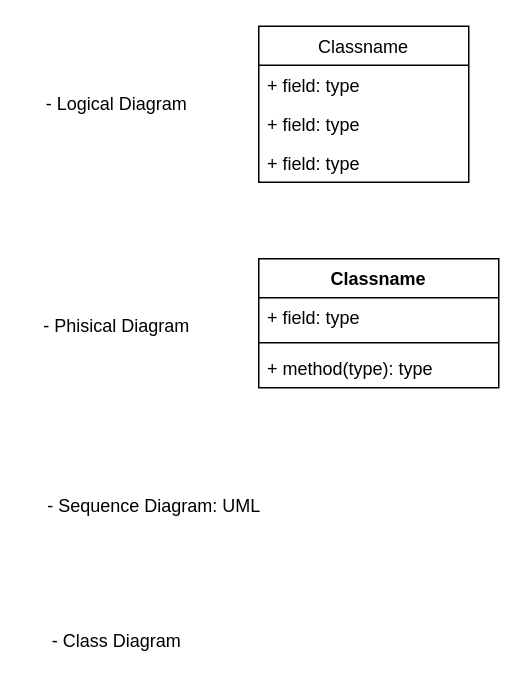
Earlier version of the draw.io diagram page "Data Flowchart" (3 of 3) of PetCare-design-Phuong-PC.drawio (duyphuong403/PetCare). Source tidied: cells renumbered, new cells numbered last; positions are measured from the earlier drawing's top-left corner, leaving out a move shared by most shapes. Both pictures are drawn from the tidied source at 150%, with x=0, y=0 at pixel (33, 26).
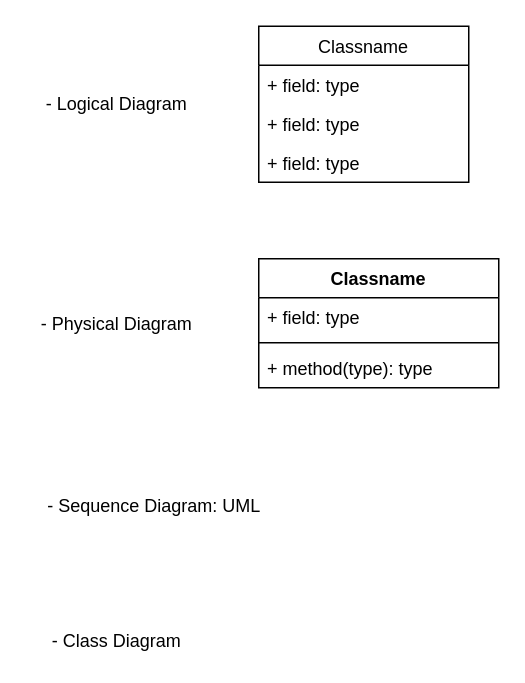
The same diagram, later.

Change to the diagram source:
```diff
@@
 <mxGraphModel>
   <root>
     <mxCell id="0" />
     <mxCell id="1" parent="0" />
     <mxCell id="2" value="Classname" style="swimlane;fontStyle=0;horizontal=1;startSize=26;fillColor=none;" parent="1" vertex="1">
       <mxGeometry x="150" width="140" height="104" as="geometry" />
     </mxCell>
     <mxCell id="3" value="+ field: type" style="text;strokeColor=none;fillColor=none;align=left;verticalAlign=top;spacingLeft=4;spacingRight=4;overflow=hidden;" parent="2" vertex="1">
       <mxGeometry y="26" width="140" height="26" as="geometry" />
     </mxCell>
     <mxCell id="4" value="+ field: type" style="text;strokeColor=none;fillColor=none;align=left;verticalAlign=top;spacingLeft=4;spacingRight=4;overflow=hidden;" parent="2" vertex="1">
       <mxGeometry y="52" width="140" height="26" as="geometry" />
     </mxCell>
     <mxCell id="5" value="+ field: type" style="text;strokeColor=none;fillColor=none;align=left;verticalAlign=top;spacingLeft=4;spacingRight=4;overflow=hidden;" parent="2" vertex="1">
       <mxGeometry y="78" width="140" height="26" as="geometry" />
     </mxCell>
     <mxCell id="6" value="- Logical Diagram" style="text;html=1;align=center;verticalAlign=middle;" parent="1" vertex="1">
       <mxGeometry y="42" width="110" height="20" as="geometry" />
     </mxCell>
-    <mxCell id="7" value="- Phisical Diagram" style="text;html=1;align=center;verticalAlign=middle;" parent="1" vertex="1">
-      <mxGeometry y="190" width="110" height="20" as="geometry" />
+    <mxCell id="7" value="- Physical Diagram" style="text;html=1;align=center;verticalAlign=middle;" parent="1" vertex="1">
+      <mxGeometry x="-5" y="189" width="120" height="20" as="geometry" />
     </mxCell>
     <mxCell id="8" value="Classname" style="swimlane;fontStyle=1;align=center;verticalAlign=top;horizontal=1;startSize=26;" parent="1" vertex="1">
       <mxGeometry x="150" y="155" width="160" height="86" as="geometry" />
     </mxCell>
     <mxCell id="9" value="+ field: type" style="text;strokeColor=none;fillColor=none;align=left;verticalAlign=top;spacingLeft=4;spacingRight=4;overflow=hidden;" parent="8" vertex="1">
       <mxGeometry y="26" width="160" height="26" as="geometry" />
     </mxCell>
     <mxCell id="10" style="line;strokeWidth=1;fillColor=none;align=left;verticalAlign=middle;spacingTop=-1;spacingLeft=3;spacingRight=3;labelPosition=right;" parent="8" vertex="1">
       <mxGeometry y="52" width="160" height="8" as="geometry" />
     </mxCell>
     <mxCell id="11" value="+ method(type): type" style="text;strokeColor=none;fillColor=none;align=left;verticalAlign=top;spacingLeft=4;spacingRight=4;overflow=hidden;" parent="8" vertex="1">
       <mxGeometry y="60" width="160" height="26" as="geometry" />
     </mxCell>
     <mxCell id="12" value="- Sequence Diagram: UML" style="text;html=1;align=center;verticalAlign=middle;" parent="1" vertex="1">
       <mxGeometry y="310" width="160" height="20" as="geometry" />
     </mxCell>
     <mxCell id="13" value="- Class Diagram&lt;br&gt;" style="text;html=1;align=center;verticalAlign=middle;" parent="1" vertex="1">
       <mxGeometry x="5" y="400" width="100" height="20" as="geometry" />
     </mxCell>
   </root>
 </mxGraphModel>
```
